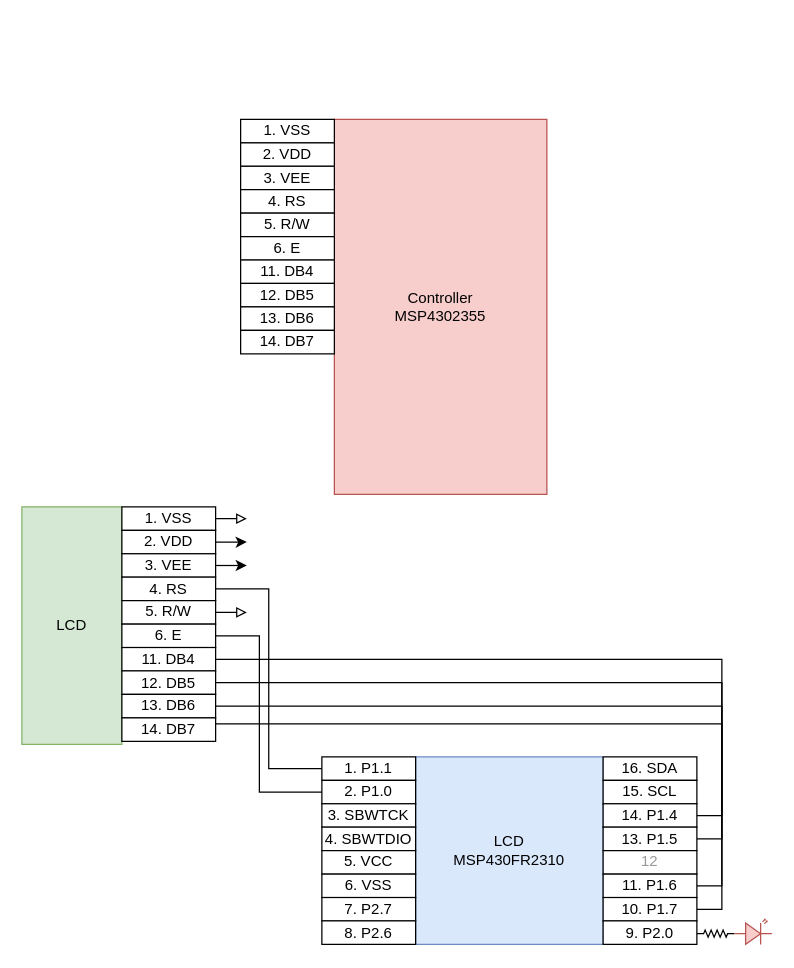
Earlier version of the draw.io diagram page "circuit_diagram" (3 of 3) of docs/assets/final_project_concept.drawio (msu-eele-465/final-project-rlm2002). Source tidied: cells renumbered, new cells numbered last; positions are measured from the earlier drawing's top-left corner, leaving out a move shared by most shapes. Both pictures are drawn from the tidied source at 125%, with x=0, y=0 at pixel (21, 119).
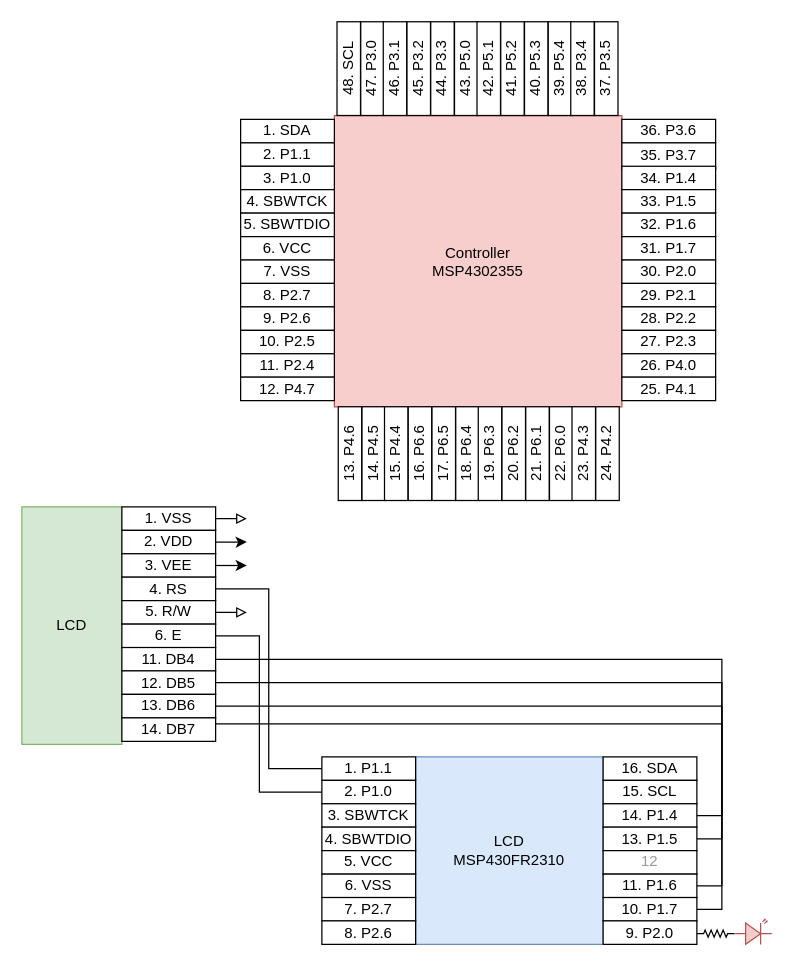
After the change.

Diff of the diagram source:
```diff
@@
     <mxCell id="2" value="Controller&lt;div&gt;MSP4302355&lt;/div&gt;" style="whiteSpace=wrap;html=1;fillColor=#f8cecc;strokeColor=#b85450;" parent="1" vertex="1">
-      <mxGeometry x="250" width="170" height="300" as="geometry" />
+      <mxGeometry x="250" y="-3" width="230" height="233" as="geometry" />
     </mxCell>
@@
-    <mxCell id="45" value="1. VSS" style="rounded=0;whiteSpace=wrap;html=1;" parent="1" vertex="1">
+    <mxCell id="45" value="1. SDA" style="rounded=0;whiteSpace=wrap;html=1;" parent="1" vertex="1">
       <mxGeometry x="175" width="75" height="18.8" as="geometry" />
     </mxCell>
-    <mxCell id="46" value="2. VDD" style="rounded=0;whiteSpace=wrap;html=1;" parent="1" vertex="1">
+    <mxCell id="46" value="2. P1.1" style="rounded=0;whiteSpace=wrap;html=1;" parent="1" vertex="1">
       <mxGeometry x="175" y="18.8" width="75" height="18.8" as="geometry" />
     </mxCell>
-    <mxCell id="47" value="3. VEE" style="rounded=0;whiteSpace=wrap;html=1;" parent="1" vertex="1">
+    <mxCell id="47" value="3. P1.0" style="rounded=0;whiteSpace=wrap;html=1;" parent="1" vertex="1">
       <mxGeometry x="175" y="37.5" width="75" height="18.8" as="geometry" />
     </mxCell>
-    <mxCell id="48" value="4. RS" style="rounded=0;whiteSpace=wrap;html=1;" parent="1" vertex="1">
+    <mxCell id="48" value="4. SBWTCK" style="rounded=0;whiteSpace=wrap;html=1;" parent="1" vertex="1">
       <mxGeometry x="175" y="56.2" width="75" height="18.8" as="geometry" />
     </mxCell>
-    <mxCell id="49" value="5. R/W" style="rounded=0;whiteSpace=wrap;html=1;" parent="1" vertex="1">
+    <mxCell id="49" value="5. SBWTDIO" style="rounded=0;whiteSpace=wrap;html=1;" parent="1" vertex="1">
       <mxGeometry x="175" y="75" width="75" height="18.8" as="geometry" />
     </mxCell>
-    <mxCell id="50" value="6. E" style="rounded=0;whiteSpace=wrap;html=1;" parent="1" vertex="1">
+    <mxCell id="50" value="6. VCC" style="rounded=0;whiteSpace=wrap;html=1;" parent="1" vertex="1">
       <mxGeometry x="175" y="93.8" width="75" height="18.8" as="geometry" />
     </mxCell>
-    <mxCell id="51" value="11. DB4" style="rounded=0;whiteSpace=wrap;html=1;" parent="1" vertex="1">
+    <mxCell id="51" value="7. VSS" style="rounded=0;whiteSpace=wrap;html=1;" parent="1" vertex="1">
       <mxGeometry x="175" y="112.5" width="75" height="18.8" as="geometry" />
     </mxCell>
-    <mxCell id="52" value="12. DB5" style="rounded=0;whiteSpace=wrap;html=1;" parent="1" vertex="1">
+    <mxCell id="52" value="8. P2.7" style="rounded=0;whiteSpace=wrap;html=1;" parent="1" vertex="1">
       <mxGeometry x="175" y="131.2" width="75" height="18.8" as="geometry" />
     </mxCell>
-    <mxCell id="53" value="13. DB6" style="rounded=0;whiteSpace=wrap;html=1;" parent="1" vertex="1">
+    <mxCell id="53" value="9. P2.6" style="rounded=0;whiteSpace=wrap;html=1;" parent="1" vertex="1">
       <mxGeometry x="175" y="150" width="75" height="18.8" as="geometry" />
     </mxCell>
-    <mxCell id="54" value="14. DB7" style="rounded=0;whiteSpace=wrap;html=1;" parent="1" vertex="1">
+    <mxCell id="54" value="10. P2.5" style="rounded=0;whiteSpace=wrap;html=1;" parent="1" vertex="1">
       <mxGeometry x="175" y="168.8" width="75" height="18.8" as="geometry" />
     </mxCell>
+    <mxCell id="55" value="11. P2.4" style="rounded=0;whiteSpace=wrap;html=1;" parent="1" vertex="1">
+      <mxGeometry x="175" y="187.5" width="75" height="18.8" as="geometry" />
+    </mxCell>
+    <mxCell id="56" value="12. P4.7" style="rounded=0;whiteSpace=wrap;html=1;" parent="1" vertex="1">
+      <mxGeometry x="175" y="206.2" width="75" height="18.8" as="geometry" />
+    </mxCell>
+    <mxCell id="57" style="group;rotation=-90;" parent="1" vertex="1">
+      <mxGeometry x="328" y="155" width="75" height="225" as="geometry" />
+    </mxCell>
+    <mxCell id="58" value="13. P4.6" style="rounded=0;whiteSpace=wrap;html=1;rotation=-90;" parent="57" vertex="1">
+      <mxGeometry x="-103" y="103" width="75" height="18.8" as="geometry" />
+    </mxCell>
+    <mxCell id="59" value="14. P4.5" style="rounded=0;whiteSpace=wrap;html=1;rotation=-90;" parent="57" vertex="1">
+      <mxGeometry x="-84" y="103" width="75" height="18.8" as="geometry" />
+    </mxCell>
+    <mxCell id="60" value="15. P4.4" style="rounded=0;whiteSpace=wrap;html=1;rotation=-90;" parent="57" vertex="1">
+      <mxGeometry x="-66" y="103" width="75" height="18.8" as="geometry" />
+    </mxCell>
+    <mxCell id="61" value="16. P6.6" style="rounded=0;whiteSpace=wrap;html=1;rotation=-90;" parent="57" vertex="1">
+      <mxGeometry x="-47" y="103" width="75" height="18.8" as="geometry" />
+    </mxCell>
+    <mxCell id="62" value="17. P6.5" style="rounded=0;whiteSpace=wrap;html=1;rotation=-90;" parent="57" vertex="1">
+      <mxGeometry x="-28" y="103" width="75" height="18.8" as="geometry" />
+    </mxCell>
+    <mxCell id="63" value="18. P6.4" style="rounded=0;whiteSpace=wrap;html=1;rotation=-90;" parent="57" vertex="1">
+      <mxGeometry x="-9" y="103" width="75" height="18.8" as="geometry" />
+    </mxCell>
+    <mxCell id="64" value="19. P6.3" style="rounded=0;whiteSpace=wrap;html=1;rotation=-90;" parent="57" vertex="1">
+      <mxGeometry x="9" y="103" width="75" height="18.8" as="geometry" />
+    </mxCell>
+    <mxCell id="65" value="20. P6.2" style="rounded=0;whiteSpace=wrap;html=1;rotation=-90;" parent="57" vertex="1">
+      <mxGeometry x="28" y="103" width="75" height="18.8" as="geometry" />
+    </mxCell>
+    <mxCell id="66" value="21. P6.1" style="rounded=0;whiteSpace=wrap;html=1;rotation=-90;" parent="57" vertex="1">
+      <mxGeometry x="47" y="103" width="75" height="18.8" as="geometry" />
+    </mxCell>
+    <mxCell id="67" value="22. P6.0" style="rounded=0;whiteSpace=wrap;html=1;rotation=-90;" parent="57" vertex="1">
+      <mxGeometry x="66" y="103" width="75" height="18.8" as="geometry" />
+    </mxCell>
+    <mxCell id="68" value="23. P4.3" style="rounded=0;whiteSpace=wrap;html=1;rotation=-90;" parent="57" vertex="1">
+      <mxGeometry x="84" y="103" width="75" height="18.8" as="geometry" />
+    </mxCell>
+    <mxCell id="69" value="24. P4.2" style="rounded=0;whiteSpace=wrap;html=1;rotation=-90;" parent="57" vertex="1">
+      <mxGeometry x="103" y="103" width="75" height="18.8" as="geometry" />
+    </mxCell>
+    <mxCell id="70" value="36. P3.6" style="rounded=0;whiteSpace=wrap;html=1;" parent="1" vertex="1">
+      <mxGeometry x="480" width="75" height="18.8" as="geometry" />
+    </mxCell>
+    <mxCell id="71" value="35. P3.7" style="rounded=0;whiteSpace=wrap;html=1;" parent="1" vertex="1">
+      <mxGeometry x="480" y="18.8" width="75" height="21.2" as="geometry" />
+    </mxCell>
+    <mxCell id="72" value="34. P1.4" style="rounded=0;whiteSpace=wrap;html=1;" parent="1" vertex="1">
+      <mxGeometry x="480" y="37.5" width="75" height="18.8" as="geometry" />
+    </mxCell>
+    <mxCell id="73" value="33. P1.5" style="rounded=0;whiteSpace=wrap;html=1;" parent="1" vertex="1">
+      <mxGeometry x="480" y="56.2" width="75" height="18.8" as="geometry" />
+    </mxCell>
+    <mxCell id="74" value="32. P1.6" style="rounded=0;whiteSpace=wrap;html=1;" parent="1" vertex="1">
+      <mxGeometry x="480" y="75" width="75" height="18.8" as="geometry" />
+    </mxCell>
+    <mxCell id="75" value="31. P1.7" style="rounded=0;whiteSpace=wrap;html=1;" parent="1" vertex="1">
+      <mxGeometry x="480" y="93.8" width="75" height="18.8" as="geometry" />
+    </mxCell>
+    <mxCell id="76" value="30. P2.0" style="rounded=0;whiteSpace=wrap;html=1;" parent="1" vertex="1">
+      <mxGeometry x="480" y="112.5" width="75" height="18.8" as="geometry" />
+    </mxCell>
+    <mxCell id="77" value="29. P2.1" style="rounded=0;whiteSpace=wrap;html=1;" parent="1" vertex="1">
+      <mxGeometry x="480" y="131.2" width="75" height="18.8" as="geometry" />
+    </mxCell>
+    <mxCell id="78" value="28. P2.2" style="rounded=0;whiteSpace=wrap;html=1;" parent="1" vertex="1">
+      <mxGeometry x="480" y="150" width="75" height="18.8" as="geometry" />
+    </mxCell>
+    <mxCell id="79" value="27. P2.3" style="rounded=0;whiteSpace=wrap;html=1;" parent="1" vertex="1">
+      <mxGeometry x="480" y="168.8" width="75" height="18.8" as="geometry" />
+    </mxCell>
+    <mxCell id="80" value="26. P4.0" style="rounded=0;whiteSpace=wrap;html=1;" parent="1" vertex="1">
+      <mxGeometry x="480" y="187.5" width="75" height="18.8" as="geometry" />
+    </mxCell>
+    <mxCell id="81" value="25. P4.1" style="rounded=0;whiteSpace=wrap;html=1;" parent="1" vertex="1">
+      <mxGeometry x="480" y="206.2" width="75" height="18.8" as="geometry" />
+    </mxCell>
+    <mxCell id="82" style="group;rotation=-90;" parent="1" vertex="1">
+      <mxGeometry x="327" y="-153" width="75" height="225" as="geometry" />
+    </mxCell>
+    <mxCell id="83" value="48. SCL" style="rounded=0;whiteSpace=wrap;html=1;rotation=-90;" parent="82" vertex="1">
+      <mxGeometry x="-103" y="103" width="75" height="18.8" as="geometry" />
+    </mxCell>
+    <mxCell id="84" value="47. P3.0" style="rounded=0;whiteSpace=wrap;html=1;rotation=-90;" parent="82" vertex="1">
+      <mxGeometry x="-84" y="103" width="75" height="18.8" as="geometry" />
+    </mxCell>
+    <mxCell id="85" value="46. P3.1" style="rounded=0;whiteSpace=wrap;html=1;rotation=-90;" parent="82" vertex="1">
+      <mxGeometry x="-66" y="103" width="75" height="18.8" as="geometry" />
+    </mxCell>
+    <mxCell id="86" value="45. P3.2" style="rounded=0;whiteSpace=wrap;html=1;rotation=-90;" parent="82" vertex="1">
+      <mxGeometry x="-47" y="103" width="75" height="18.8" as="geometry" />
+    </mxCell>
+    <mxCell id="87" value="44. P3.3" style="rounded=0;whiteSpace=wrap;html=1;rotation=-90;" parent="82" vertex="1">
+      <mxGeometry x="-28" y="103" width="75" height="18.8" as="geometry" />
+    </mxCell>
+    <mxCell id="88" value="43. P5.0" style="rounded=0;whiteSpace=wrap;html=1;rotation=-90;" parent="82" vertex="1">
+      <mxGeometry x="-9" y="103" width="75" height="18.8" as="geometry" />
+    </mxCell>
+    <mxCell id="89" value="42. P5.1" style="rounded=0;whiteSpace=wrap;html=1;rotation=-90;" parent="82" vertex="1">
+      <mxGeometry x="9" y="103" width="75" height="18.8" as="geometry" />
+    </mxCell>
+    <mxCell id="90" value="41. P5.2" style="rounded=0;whiteSpace=wrap;html=1;rotation=-90;" parent="82" vertex="1">
+      <mxGeometry x="28" y="103" width="75" height="18.8" as="geometry" />
+    </mxCell>
+    <mxCell id="91" value="40. P5.3" style="rounded=0;whiteSpace=wrap;html=1;rotation=-90;" parent="82" vertex="1">
+      <mxGeometry x="47" y="103" width="75" height="18.8" as="geometry" />
+    </mxCell>
+    <mxCell id="92" value="39. P5.4" style="rounded=0;whiteSpace=wrap;html=1;rotation=-90;" parent="82" vertex="1">
+      <mxGeometry x="66" y="103" width="75" height="18.8" as="geometry" />
+    </mxCell>
+    <mxCell id="93" value="38. P3.4" style="rounded=0;whiteSpace=wrap;html=1;rotation=-90;" parent="82" vertex="1">
+      <mxGeometry x="84" y="103" width="75" height="18.8" as="geometry" />
+    </mxCell>
+    <mxCell id="94" value="37. P3.5" style="rounded=0;whiteSpace=wrap;html=1;rotation=-90;" parent="82" vertex="1">
+      <mxGeometry x="103" y="103" width="75" height="18.8" as="geometry" />
+    </mxCell>
```
